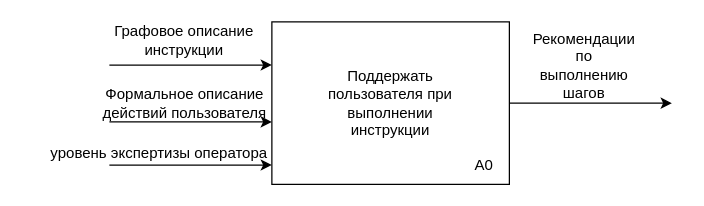
Jarozin/diplom keeps this draw.io diagram as report/inc/img/idef05.drawio. Above is the earlier version. Source tidied: cells renumbered, new cells numbered last; positions are measured from the earlier drawing's top-left corner, leaving out a move shared by most shapes. Both pictures are drawn from the tidied source at 125%, with x=0, y=0 at pixel (21, 21).
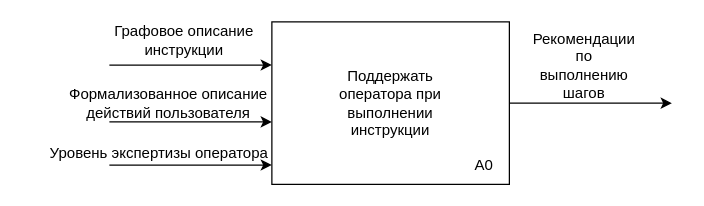
The same diagram, later.

Diff of the diagram source:
```diff
@@
 <mxGraphModel>
   <root>
     <mxCell id="0" />
     <mxCell id="1" parent="0" />
     <mxCell id="2" style="rounded=0;whiteSpace=wrap;html=1;" parent="1" vertex="1">
       <mxGeometry x="200" width="190" height="130" as="geometry" />
     </mxCell>
     <mxCell id="3" value="А0" style="text;html=1;align=center;verticalAlign=middle;whiteSpace=wrap;rounded=0;" parent="1" vertex="1">
       <mxGeometry x="340" y="100" width="60" height="30" as="geometry" />
     </mxCell>
     <mxCell id="4" style="endArrow=classic;html=1;rounded=0;exitX=1;exitY=0.5;exitDx=0;exitDy=0;" parent="1" edge="1" source="2">
       <mxGeometry relative="1" as="geometry">
         <mxPoint x="520" y="65" as="targetPoint" />
       </mxGeometry>
     </mxCell>
     <mxCell id="5" value="Рекомендации по выполнению шагов" style="text;html=1;align=center;verticalAlign=middle;whiteSpace=wrap;rounded=0;" parent="1" vertex="1">
       <mxGeometry x="420" y="20" width="60" height="30" as="geometry" />
     </mxCell>
     <mxCell id="6" style="endArrow=classic;html=1;rounded=0;exitX=1;exitY=0.5;exitDx=0;exitDy=0;" parent="1" edge="1">
       <mxGeometry relative="1" as="geometry">
         <mxPoint x="70" y="34.5" as="sourcePoint" />
         <mxPoint x="200" y="34.5" as="targetPoint" />
       </mxGeometry>
     </mxCell>
     <mxCell id="7" style="endArrow=classic;html=1;rounded=0;exitX=1;exitY=0.5;exitDx=0;exitDy=0;" parent="1" edge="1">
       <mxGeometry relative="1" as="geometry">
         <mxPoint x="70" y="80" as="sourcePoint" />
         <mxPoint x="200" y="80" as="targetPoint" />
       </mxGeometry>
     </mxCell>
     <mxCell id="8" value="Графовое описание инструкции" style="text;html=1;align=center;verticalAlign=middle;whiteSpace=wrap;rounded=0;" parent="1" vertex="1">
       <mxGeometry x="55" width="150" height="30" as="geometry" />
     </mxCell>
-    <mxCell id="9" value="Формальное описание действий пользователя" style="text;html=1;align=center;verticalAlign=middle;whiteSpace=wrap;rounded=0;" parent="1" vertex="1">
-      <mxGeometry x="47.5" y="50" width="165" height="30" as="geometry" />
+    <mxCell id="9" value="Формализованное описание действий пользователя" style="text;html=1;align=center;verticalAlign=middle;whiteSpace=wrap;rounded=0;" parent="1" vertex="1">
+      <mxGeometry x="35" y="50" width="165" height="30" as="geometry" />
     </mxCell>
-    <mxCell id="10" value="Поддержать пользователя при выполнении инструкции" style="text;html=1;align=center;verticalAlign=middle;whiteSpace=wrap;rounded=0;" parent="1" vertex="1">
+    <mxCell id="10" value="Поддержать оператора при выполнении инструкции" style="text;html=1;align=center;verticalAlign=middle;whiteSpace=wrap;rounded=0;" parent="1" vertex="1">
       <mxGeometry x="230" y="50" width="130" height="30" as="geometry" />
     </mxCell>
-    <mxCell id="11" value="уровень экспертизы оператора" style="text;html=1;align=center;verticalAlign=middle;whiteSpace=wrap;rounded=0;" parent="1" vertex="1">
+    <mxCell id="11" value="Уровень экспертизы оператора" style="text;html=1;align=center;verticalAlign=middle;whiteSpace=wrap;rounded=0;" parent="1" vertex="1">
       <mxGeometry y="90" width="220" height="30" as="geometry" />
     </mxCell>
     <mxCell id="12" style="endArrow=classic;html=1;rounded=0;exitX=1;exitY=0.5;exitDx=0;exitDy=0;" parent="1" edge="1">
       <mxGeometry relative="1" as="geometry">
         <mxPoint x="70" y="114.5" as="sourcePoint" />
         <mxPoint x="200" y="114.5" as="targetPoint" />
       </mxGeometry>
     </mxCell>
   </root>
 </mxGraphModel>
```
